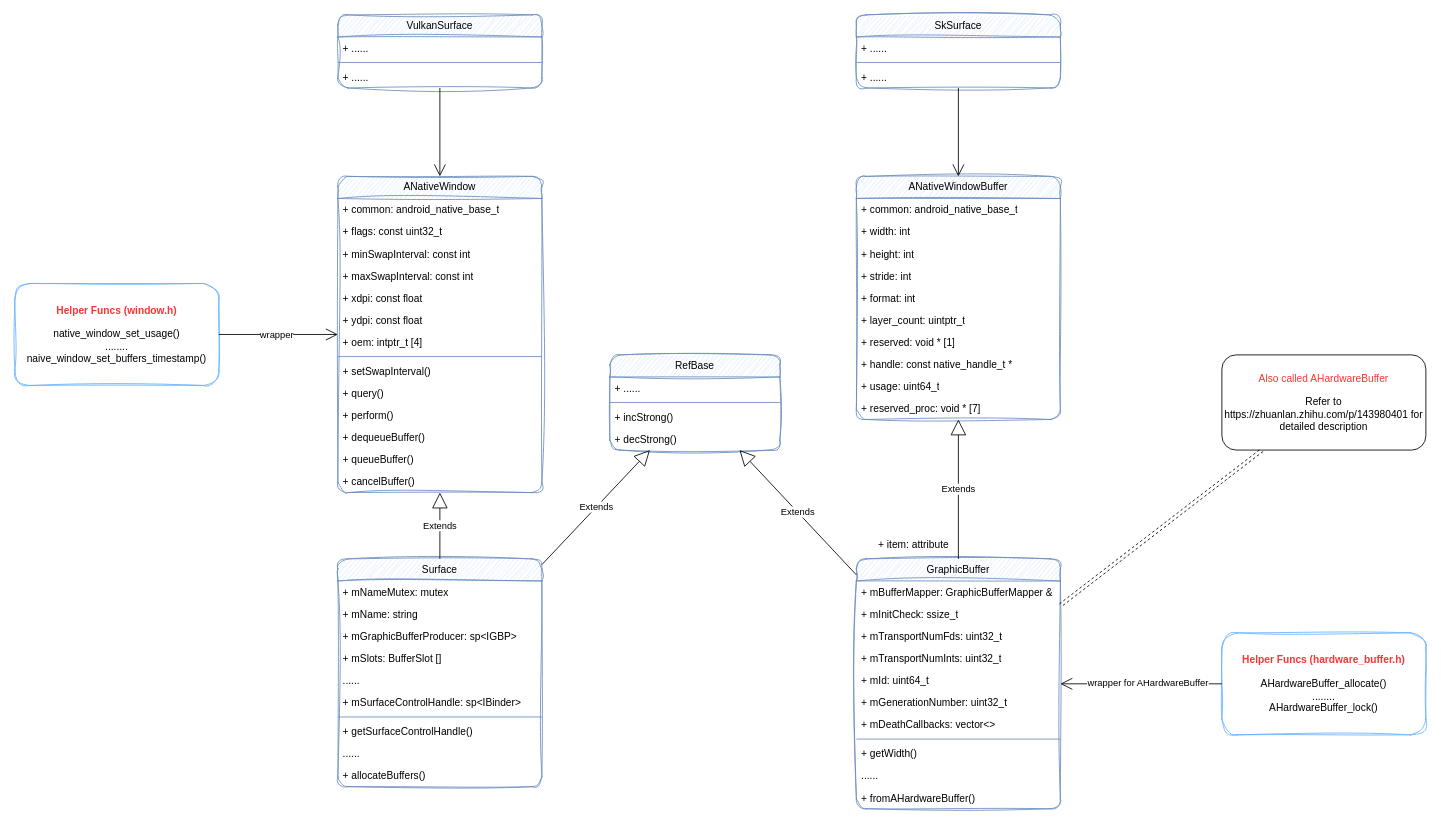
Above: page "Window" (2 of 7) of Android Graphics.drawio in Kaling1203/Diagram (draw.io), before the change. Source tidied: cells renumbered, new cells numbered last; positions are measured from the earlier drawing's top-left corner, leaving out a move shared by most shapes. Both pictures are drawn from the tidied source at 85%, with x=0, y=0 at pixel (14, 14).
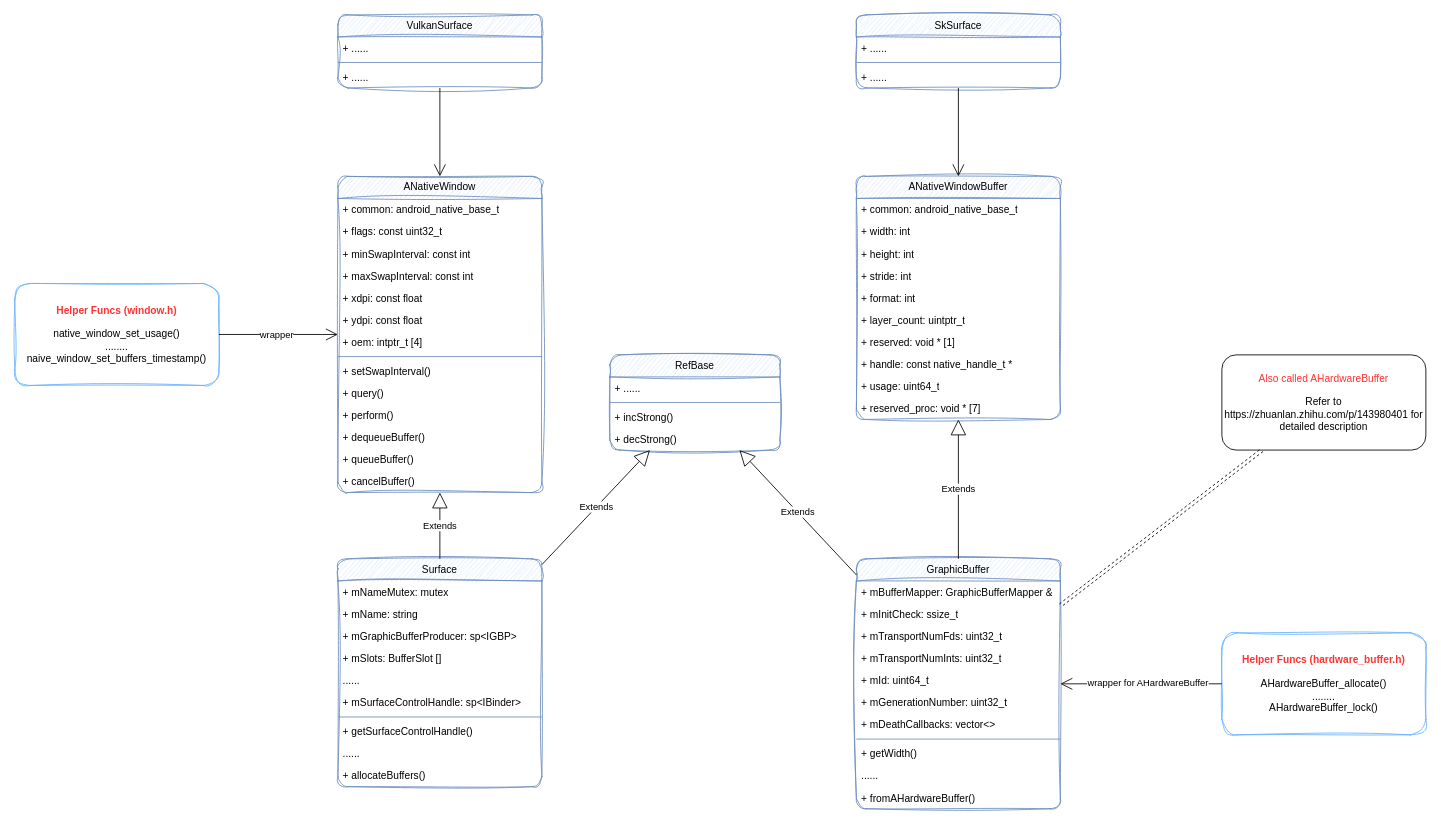
Above is the later version.

What changed in the source:
```diff
@@
-    <mxCell id="68" value="+ item: attribute" style="text;strokeColor=none;fillColor=none;align=left;verticalAlign=top;spacingLeft=4;spacingRight=4;overflow=hidden;whiteSpace=wrap;html=1;" parent="1" vertex="1">
-      <mxGeometry x="1010" y="610" width="100" height="26" as="geometry" />
-    </mxCell>
```
